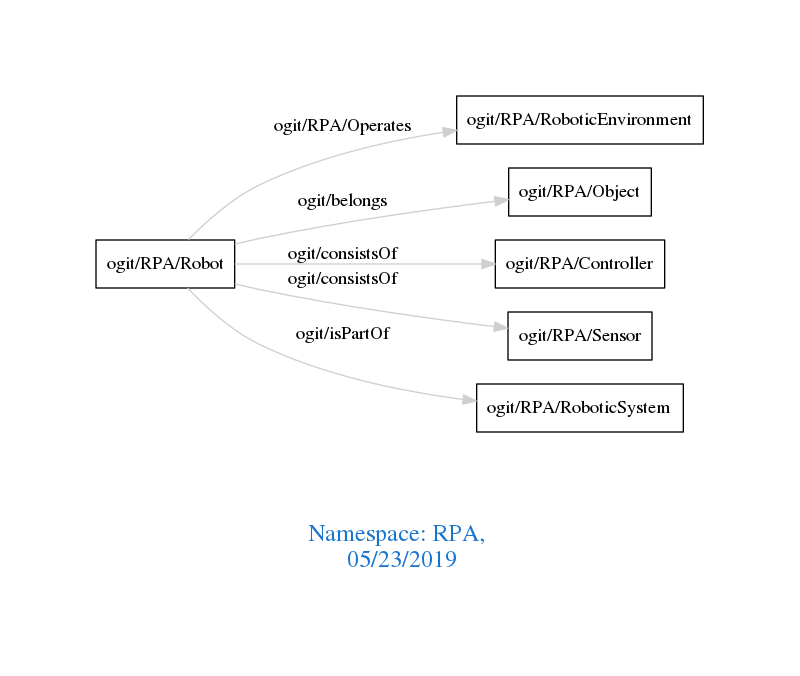
arago/OGIT keeps this Graphviz diagram as downloads/RPA.png. Above is the earlier version. Its source is kept beside it as downloads/RPA.dot.
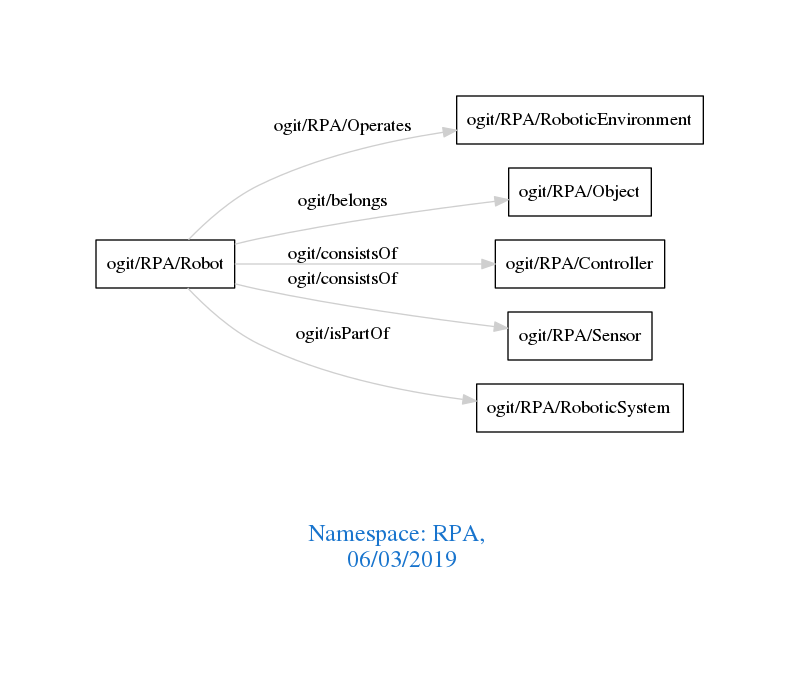
After the commit.

What changed in the source:
```diff
@@ -1,7 +1,7 @@
 digraph OGIT_ontology {
  graph [ rankdir= LR,pad=1
 fontsize = 18,
-fontcolor= dodgerblue3,label = "\n\n\nNamespace: RPA, \n 05/23/2019"];
+fontcolor= dodgerblue3,label = "\n\n\nNamespace: RPA, \n 06/03/2019"];
 node[shape=polygon];
 edge [  color="gray81"];
 
```
